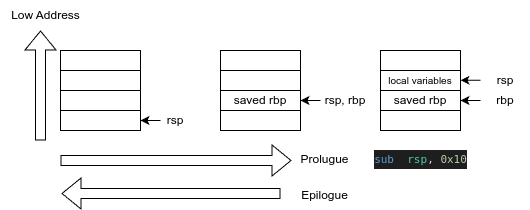
This is zh/lab/img-stack-layout.png from yuk1i/os-next-docs, a draw.io export, as it was before one commit. Source tidied: cells renumbered, new cells last; positions are measured from the earlier drawing's top-left corner, leaving out a move shared by most shapes.
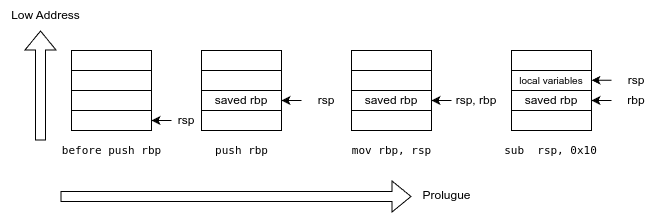
Later version of the same file.

Diff of the diagram source:
```diff
@@ -3,19 +3,19 @@
     <mxCell id="0" />
     <mxCell id="1" parent="0" />
     <mxCell id="2" style="rounded=0;whiteSpace=wrap;html=1;" parent="1" vertex="1">
-      <mxGeometry x="60" y="50" width="80" height="20" as="geometry" />
+      <mxGeometry x="-60" y="50" width="80" height="20" as="geometry" />
     </mxCell>
     <mxCell id="3" style="rounded=0;whiteSpace=wrap;html=1;" parent="1" vertex="1">
-      <mxGeometry x="60" y="70" width="80" height="20" as="geometry" />
+      <mxGeometry x="-60" y="70" width="80" height="20" as="geometry" />
     </mxCell>
     <mxCell id="4" style="rounded=0;whiteSpace=wrap;html=1;" parent="1" vertex="1">
-      <mxGeometry x="60" y="90" width="80" height="20" as="geometry" />
+      <mxGeometry x="-60" y="90" width="80" height="20" as="geometry" />
     </mxCell>
     <mxCell id="5" style="rounded=0;whiteSpace=wrap;html=1;" parent="1" vertex="1">
-      <mxGeometry x="60" y="110" width="80" height="20" as="geometry" />
+      <mxGeometry x="-60" y="110" width="80" height="20" as="geometry" />
     </mxCell>
     <mxCell id="6" value="rsp" style="text;html=1;align=center;verticalAlign=middle;whiteSpace=wrap;rounded=0;" parent="1" vertex="1">
-      <mxGeometry x="160" y="105" width="30" height="30" as="geometry" />
+      <mxGeometry x="40" y="105" width="30" height="30" as="geometry" />
     </mxCell>
     <mxCell id="7" style="endArrow=classic;html=1;rounded=0;entryX=1;entryY=0.5;entryDx=0;entryDy=0;exitX=0;exitY=0.5;exitDx=0;exitDy=0;" parent="1" edge="1" source="6" target="5">
       <mxGeometry relative="1" as="geometry" />
@@ -71,33 +71,53 @@
     </mxCell>
     <mxCell id="22" style="shape=flexArrow;endArrow=classic;html=1;rounded=0;" parent="1" edge="1">
       <mxGeometry relative="1" as="geometry">
-        <mxPoint x="40" y="140" as="sourcePoint" />
-        <mxPoint x="40" y="30" as="targetPoint" />
+        <mxPoint x="-91" y="140" as="sourcePoint" />
+        <mxPoint x="-91" y="30" as="targetPoint" />
       </mxGeometry>
     </mxCell>
     <mxCell id="23" value="Low Address" style="text;html=1;align=center;verticalAlign=middle;strokeColor=none;fillColor=none;" parent="1" vertex="1">
-      <mxGeometry width="90" height="30" as="geometry" />
+      <mxGeometry x="-131" width="90" height="30" as="geometry" />
     </mxCell>
     <mxCell id="24" style="shape=flexArrow;endArrow=classic;html=1;rounded=0;" parent="1" edge="1">
       <mxGeometry relative="1" as="geometry">
-        <mxPoint x="60" y="160" as="sourcePoint" />
-        <mxPoint x="291" y="160" as="targetPoint" />
+        <mxPoint x="-71" y="196" as="sourcePoint" />
+        <mxPoint x="280" y="196" as="targetPoint" />
       </mxGeometry>
     </mxCell>
     <mxCell id="25" value="Prolugue" style="text;html=1;align=center;verticalAlign=middle;strokeColor=none;fillColor=none;" parent="1" vertex="1">
-      <mxGeometry x="289" y="144" width="70" height="30" as="geometry" />
+      <mxGeometry x="280" y="180" width="70" height="30" as="geometry" />
     </mxCell>
-    <mxCell id="26" style="shape=flexArrow;endArrow=classic;html=1;rounded=0;" parent="1" edge="1">
-      <mxGeometry relative="1" as="geometry">
-        <mxPoint x="280" y="193" as="sourcePoint" />
-        <mxPoint x="61" y="193" as="targetPoint" />
-      </mxGeometry>
-    </mxCell>
-    <mxCell id="27" value="Epilogue" style="text;html=1;align=center;verticalAlign=middle;strokeColor=none;fillColor=none;" parent="1" vertex="1">
-      <mxGeometry x="289" y="180" width="70" height="30" as="geometry" />
-    </mxCell>
-    <mxCell id="28" value="&lt;div style=&quot;color: rgb(212, 212, 212); background-color: rgb(30, 30, 30); font-family: &amp;quot;Droid Sans Mono&amp;quot;, &amp;quot;monospace&amp;quot;, monospace; font-size: 11px; line-height: 19px; white-space-collapse: preserve;&quot;&gt;&lt;span style=&quot;color: rgb(86, 156, 214); font-size: 11px;&quot;&gt;sub &lt;/span&gt; &lt;span style=&quot;color: rgb(78, 201, 176); font-size: 11px;&quot;&gt;rsp&lt;/span&gt;, &lt;span style=&quot;color: rgb(181, 206, 168); font-size: 11px;&quot;&gt;0x10&lt;/span&gt;&lt;/div&gt;" style="text;html=1;align=center;verticalAlign=middle;strokeColor=none;fillColor=none;fontSize=11;" parent="1" vertex="1">
-      <mxGeometry x="360" y="144" width="120" height="30" as="geometry" />
+    <mxCell id="28" value="&lt;div style=&quot;line-height: 19px;&quot;&gt;&lt;font face=&quot;Droid Sans Mono, monospace, monospace&quot;&gt;&lt;span style=&quot;white-space-collapse: preserve;&quot;&gt;sub  rsp, 0x10&lt;/span&gt;&lt;/font&gt;&lt;br&gt;&lt;/div&gt;" style="text;html=1;align=center;verticalAlign=middle;strokeColor=none;fillColor=none;fontSize=11;fontColor=default;labelBackgroundColor=none;" parent="1" vertex="1">
+      <mxGeometry x="359" y="135" width="120" height="30" as="geometry" />
     </mxCell>
+    <mxCell id="29" value="&lt;div style=&quot;line-height: 19px;&quot;&gt;&lt;font face=&quot;Droid Sans Mono, monospace, monospace&quot;&gt;&lt;span style=&quot;white-space-collapse: preserve;&quot;&gt;before push rbp&lt;/span&gt;&lt;/font&gt;&lt;/div&gt;" style="text;html=1;align=center;verticalAlign=middle;strokeColor=none;fillColor=none;fontSize=11;fontColor=default;labelBackgroundColor=none;" parent="1" vertex="1">
+      <mxGeometry x="-80" y="135" width="120" height="30" as="geometry" />
+    </mxCell>
+    <mxCell id="30" style="rounded=0;whiteSpace=wrap;html=1;" parent="1" vertex="1">
+      <mxGeometry x="70" y="50" width="80" height="20" as="geometry" />
+    </mxCell>
+    <mxCell id="31" style="rounded=0;whiteSpace=wrap;html=1;" parent="1" vertex="1">
+      <mxGeometry x="70" y="70" width="80" height="20" as="geometry" />
+    </mxCell>
+    <mxCell id="32" value="saved rbp" style="rounded=0;whiteSpace=wrap;html=1;" parent="1" vertex="1">
+      <mxGeometry x="70" y="90" width="80" height="20" as="geometry" />
+    </mxCell>
+    <mxCell id="33" style="rounded=0;whiteSpace=wrap;html=1;" parent="1" vertex="1">
+      <mxGeometry x="70" y="110" width="80" height="20" as="geometry" />
+    </mxCell>
+    <mxCell id="34" value="rsp" style="text;html=1;align=center;verticalAlign=middle;whiteSpace=wrap;rounded=0;" parent="1" vertex="1">
+      <mxGeometry x="170" y="85" width="50" height="30" as="geometry" />
+    </mxCell>
+    <mxCell id="35" style="endArrow=classic;html=1;rounded=0;entryX=1;entryY=0.5;entryDx=0;entryDy=0;" parent="1" edge="1" target="32">
+      <mxGeometry relative="1" as="geometry">
+        <mxPoint x="170" y="100" as="sourcePoint" />
+      </mxGeometry>
+    </mxCell>
+    <mxCell id="36" value="&lt;div style=&quot;line-height: 19px;&quot;&gt;&lt;font face=&quot;Droid Sans Mono, monospace, monospace&quot;&gt;&lt;span style=&quot;white-space-collapse: preserve;&quot;&gt;push rbp&lt;/span&gt;&lt;/font&gt;&lt;/div&gt;" style="text;html=1;align=center;verticalAlign=middle;strokeColor=none;fillColor=none;fontSize=11;fontColor=default;labelBackgroundColor=none;" parent="1" vertex="1">
+      <mxGeometry x="70" y="135" width="80" height="30" as="geometry" />
+    </mxCell>
+    <mxCell id="37" value="&lt;div style=&quot;line-height: 19px;&quot;&gt;&lt;font face=&quot;Droid Sans Mono, monospace, monospace&quot;&gt;&lt;span style=&quot;white-space-collapse: preserve;&quot;&gt;mov rbp, rsp&lt;/span&gt;&lt;/font&gt;&lt;/div&gt;" style="text;html=1;align=center;verticalAlign=middle;strokeColor=none;fillColor=none;fontSize=11;fontColor=default;labelBackgroundColor=none;" parent="1" vertex="1">
+      <mxGeometry x="210" y="135" width="100" height="30" as="geometry" />
+    </mxCell>
   </root>
 </mxGraphModel>
```
